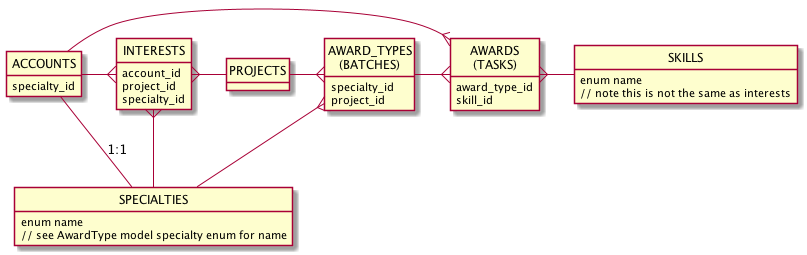
Above: doc/schema-with-batches/skill-interest-schema.png in CoMakery/comakery-app (PlantUML), before the change.
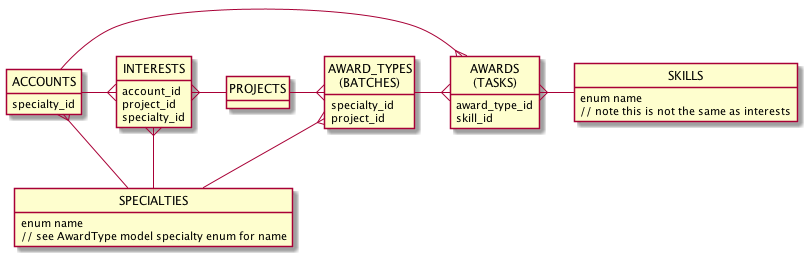
After the commit.

Commit message:
regenerate specialties schema diagram

Diff of the diagram source:
```diff
@@ -29,7 +29,7 @@
     // note this is not the same as interests
   }
   ACCOUNTS -right-{ INTERESTS
-  ACCOUNTS -- SPECIALTIES: 1:1
+  ACCOUNTS }-- SPECIALTIES
   INTERESTS }-right- PROJECTS
   PROJECTS -right-{ BATCHES
   INTERESTS }-- SPECIALTIES
```
